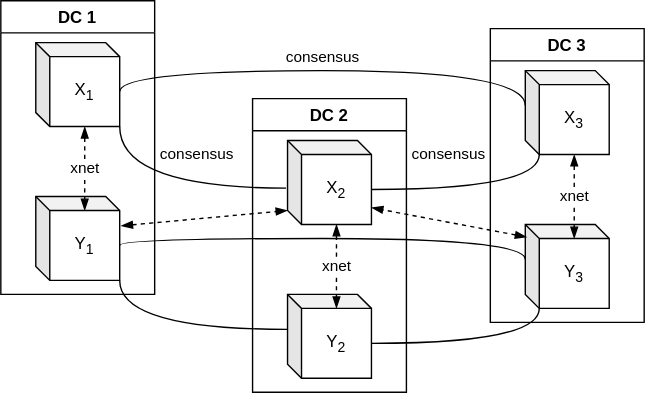
roman-kashitsyn/mmapped.blog keeps this draw.io diagram as images/08-subnets.svg. Above is the earlier version. Source tidied: cells renumbered, new cells last; positions are measured from the earlier drawing's top-left corner, leaving out a move shared by most shapes. Its diagram source:
```xml
<mxGraphModel>
  <root>
    <mxCell id="0" />
    <mxCell id="1" parent="0" />
    <mxCell id="2" value="DC 1" style="swimlane;fillColor=none;" parent="1" vertex="1">
      <mxGeometry width="110" height="210" as="geometry" />
    </mxCell>
    <mxCell id="3" value="xnet" style="edgeStyle=orthogonalEdgeStyle;rounded=0;jettySize=auto;html=1;exitX=0;exitY=0;exitDx=35;exitDy=60;exitPerimeter=0;entryX=0.583;entryY=0.167;entryDx=0;entryDy=0;entryPerimeter=0;startArrow=blockThin;startFill=1;endArrow=blockThin;endFill=1;dashed=1;" parent="2" edge="1" source="4" target="5">
      <mxGeometry relative="1" as="geometry" />
    </mxCell>
    <mxCell id="4" value="X&lt;sub&gt;1&lt;/sub&gt;" style="shape=cube;whiteSpace=wrap;html=1;boundedLbl=1;backgroundOutline=1;darkOpacity=0.05;darkOpacity2=0.1;fillColor=none;size=10;" parent="2" vertex="1">
      <mxGeometry x="25" y="30" width="60" height="60" as="geometry" />
    </mxCell>
    <mxCell id="5" value="Y&lt;sub&gt;1&lt;/sub&gt;" style="shape=cube;whiteSpace=wrap;html=1;boundedLbl=1;backgroundOutline=1;darkOpacity=0.05;darkOpacity2=0.1;fillColor=none;size=10;" parent="2" vertex="1">
      <mxGeometry x="25" y="140" width="60" height="60" as="geometry" />
    </mxCell>
    <mxCell id="6" value="DC 3" style="swimlane;fillColor=none;" parent="1" vertex="1">
      <mxGeometry x="350" y="20" width="110" height="210" as="geometry" />
    </mxCell>
    <mxCell id="7" value="xnet" style="edgeStyle=orthogonalEdgeStyle;rounded=0;jettySize=auto;html=1;exitX=0;exitY=0;exitDx=35;exitDy=60;exitPerimeter=0;entryX=0.583;entryY=0.167;entryDx=0;entryDy=0;entryPerimeter=0;startArrow=blockThin;startFill=1;endArrow=blockThin;endFill=1;dashed=1;" parent="6" edge="1" source="8" target="9">
      <mxGeometry relative="1" as="geometry" />
    </mxCell>
    <mxCell id="8" value="X&lt;sub&gt;3&lt;/sub&gt;" style="shape=cube;whiteSpace=wrap;html=1;boundedLbl=1;backgroundOutline=1;darkOpacity=0.05;darkOpacity2=0.1;fillColor=none;size=10;" parent="6" vertex="1">
      <mxGeometry x="25" y="30" width="60" height="60" as="geometry" />
    </mxCell>
    <mxCell id="9" value="Y&lt;sub&gt;3&lt;/sub&gt;" style="shape=cube;whiteSpace=wrap;html=1;boundedLbl=1;backgroundOutline=1;darkOpacity=0.05;darkOpacity2=0.1;fillColor=none;size=10;" parent="6" vertex="1">
      <mxGeometry x="25" y="140" width="60" height="60" as="geometry" />
    </mxCell>
    <mxCell id="10" value="DC 2" style="swimlane;fillColor=none;" parent="1" vertex="1">
      <mxGeometry x="180" y="70" width="110" height="210" as="geometry" />
    </mxCell>
    <mxCell id="11" value="xnet" style="edgeStyle=orthogonalEdgeStyle;rounded=0;jettySize=auto;html=1;exitX=0;exitY=0;exitDx=35;exitDy=60;exitPerimeter=0;entryX=0.583;entryY=0.167;entryDx=0;entryDy=0;entryPerimeter=0;startArrow=blockThin;startFill=1;endArrow=blockThin;endFill=1;dashed=1;" parent="10" edge="1" source="12" target="13">
      <mxGeometry relative="1" as="geometry" />
    </mxCell>
    <mxCell id="12" value="X&lt;sub&gt;2&lt;/sub&gt;" style="shape=cube;whiteSpace=wrap;html=1;boundedLbl=1;backgroundOutline=1;darkOpacity=0.05;darkOpacity2=0.1;fillColor=none;size=10;" parent="10" vertex="1">
      <mxGeometry x="25" y="30" width="60" height="60" as="geometry" />
    </mxCell>
    <mxCell id="13" value="Y&lt;sub&gt;2&lt;/sub&gt;" style="shape=cube;whiteSpace=wrap;html=1;boundedLbl=1;backgroundOutline=1;darkOpacity=0.05;darkOpacity2=0.1;fillColor=none;size=10;" parent="10" vertex="1">
      <mxGeometry x="25" y="140" width="60" height="60" as="geometry" />
    </mxCell>
    <mxCell id="14" value="consensus" style="edgeStyle=orthogonalEdgeStyle;curved=1;rounded=0;jettySize=auto;html=1;exitX=1;exitY=1;exitDx=0;exitDy=0;exitPerimeter=0;entryX=-0.017;entryY=0.567;entryDx=0;entryDy=0;entryPerimeter=0;startArrow=none;startFill=0;endArrow=none;endFill=0;" parent="1" edge="1" source="4" target="12">
      <mxGeometry x="0.21" y="24" relative="1" as="geometry" />
    </mxCell>
    <mxCell id="15" value="consensus" style="edgeStyle=orthogonalEdgeStyle;curved=1;rounded=0;jettySize=auto;html=1;exitX=0;exitY=0;exitDx=60;exitDy=35;exitPerimeter=0;entryX=0;entryY=0;entryDx=10;entryDy=60;entryPerimeter=0;startArrow=none;startFill=0;endArrow=none;endFill=0;" parent="1" edge="1" source="12" target="8">
      <mxGeometry x="-0.24" y="25" relative="1" as="geometry" />
    </mxCell>
    <mxCell id="16" value="consensus" style="edgeStyle=orthogonalEdgeStyle;curved=1;rounded=0;jettySize=auto;html=1;exitX=0;exitY=0;exitDx=60;exitDy=35;exitPerimeter=0;entryX=0;entryY=0;entryDx=0;entryDy=25;entryPerimeter=0;startArrow=none;startFill=0;endArrow=none;endFill=0;" parent="1" edge="1" source="4" target="8">
      <mxGeometry x="-0.03" y="10" relative="1" as="geometry">
        <Array as="points">
          <mxPoint x="85" y="50" />
          <mxPoint x="375" y="50" />
        </Array>
      </mxGeometry>
    </mxCell>
    <mxCell id="17" style="edgeStyle=orthogonalEdgeStyle;curved=1;rounded=0;jettySize=auto;html=1;exitX=1;exitY=1;exitDx=0;exitDy=0;exitPerimeter=0;entryX=0;entryY=0;entryDx=0;entryDy=25;entryPerimeter=0;startArrow=none;startFill=0;endArrow=none;endFill=0;" parent="1" edge="1" source="5" target="13">
      <mxGeometry relative="1" as="geometry" />
    </mxCell>
    <mxCell id="18" style="edgeStyle=orthogonalEdgeStyle;curved=1;rounded=0;jettySize=auto;html=1;exitX=0;exitY=0;exitDx=60;exitDy=35;exitPerimeter=0;entryX=0;entryY=0;entryDx=10;entryDy=60;entryPerimeter=0;startArrow=none;startFill=0;endArrow=none;endFill=0;" parent="1" edge="1" source="13" target="9">
      <mxGeometry relative="1" as="geometry" />
    </mxCell>
    <mxCell id="19" style="edgeStyle=orthogonalEdgeStyle;curved=1;rounded=0;jettySize=auto;html=1;exitX=0;exitY=0;exitDx=0;exitDy=25;exitPerimeter=0;entryX=0;entryY=0;entryDx=60;entryDy=35;entryPerimeter=0;startArrow=none;startFill=0;endArrow=none;endFill=0;" parent="1" edge="1" source="9" target="5">
      <mxGeometry relative="1" as="geometry">
        <Array as="points">
          <mxPoint x="375" y="170" />
          <mxPoint x="85" y="170" />
        </Array>
      </mxGeometry>
    </mxCell>
    <mxCell id="20" style="edgeStyle=none;rounded=0;jettySize=auto;html=1;exitX=1.017;exitY=0.35;exitDx=0;exitDy=0;exitPerimeter=0;entryX=0;entryY=0;entryDx=0;entryDy=50;entryPerimeter=0;startArrow=blockThin;startFill=1;endArrow=blockThin;endFill=1;dashed=1;" parent="1" edge="1" source="5" target="12">
      <mxGeometry relative="1" as="geometry" />
    </mxCell>
    <mxCell id="21" style="edgeStyle=none;rounded=0;jettySize=auto;html=1;exitX=0.017;exitY=0.15;exitDx=0;exitDy=0;exitPerimeter=0;dashed=1;startArrow=blockThin;startFill=1;endArrow=blockThin;endFill=1;entryX=1;entryY=0.8;entryDx=0;entryDy=0;entryPerimeter=0;" parent="1" edge="1" source="9" target="12">
      <mxGeometry relative="1" as="geometry" />
    </mxCell>
  </root>
</mxGraphModel>
```
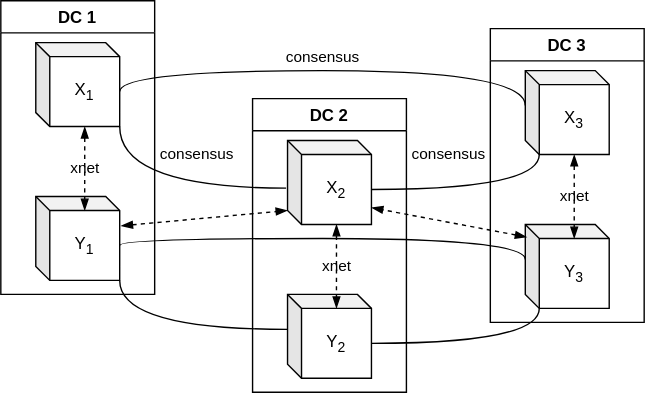
The same diagram one commit later.

Change to the diagram source:
```diff
@@ -5,7 +5,7 @@
     <mxCell id="2" value="DC 1" style="swimlane;fillColor=none;" parent="1" vertex="1">
       <mxGeometry width="110" height="210" as="geometry" />
     </mxCell>
-    <mxCell id="3" value="xnet" style="edgeStyle=orthogonalEdgeStyle;rounded=0;jettySize=auto;html=1;exitX=0;exitY=0;exitDx=35;exitDy=60;exitPerimeter=0;entryX=0.583;entryY=0.167;entryDx=0;entryDy=0;entryPerimeter=0;startArrow=blockThin;startFill=1;endArrow=blockThin;endFill=1;dashed=1;" parent="2" edge="1" source="4" target="5">
+    <mxCell id="3" value="xnet" style="edgeStyle=orthogonalEdgeStyle;rounded=0;jettySize=auto;html=1;exitX=0;exitY=0;exitDx=35;exitDy=60;exitPerimeter=0;entryX=0.583;entryY=0.167;entryDx=0;entryDy=0;entryPerimeter=0;startArrow=blockThin;startFill=1;endArrow=blockThin;endFill=1;dashed=1;labelBackgroundColor=none;" parent="2" edge="1" source="4" target="5">
       <mxGeometry relative="1" as="geometry" />
     </mxCell>
     <mxCell id="4" value="X&lt;sub&gt;1&lt;/sub&gt;" style="shape=cube;whiteSpace=wrap;html=1;boundedLbl=1;backgroundOutline=1;darkOpacity=0.05;darkOpacity2=0.1;fillColor=none;size=10;" parent="2" vertex="1">
@@ -17,7 +17,7 @@
     <mxCell id="6" value="DC 3" style="swimlane;fillColor=none;" parent="1" vertex="1">
       <mxGeometry x="350" y="20" width="110" height="210" as="geometry" />
     </mxCell>
-    <mxCell id="7" value="xnet" style="edgeStyle=orthogonalEdgeStyle;rounded=0;jettySize=auto;html=1;exitX=0;exitY=0;exitDx=35;exitDy=60;exitPerimeter=0;entryX=0.583;entryY=0.167;entryDx=0;entryDy=0;entryPerimeter=0;startArrow=blockThin;startFill=1;endArrow=blockThin;endFill=1;dashed=1;" parent="6" edge="1" source="8" target="9">
+    <mxCell id="7" value="xnet" style="edgeStyle=orthogonalEdgeStyle;rounded=0;jettySize=auto;html=1;exitX=0;exitY=0;exitDx=35;exitDy=60;exitPerimeter=0;entryX=0.583;entryY=0.167;entryDx=0;entryDy=0;entryPerimeter=0;startArrow=blockThin;startFill=1;endArrow=blockThin;endFill=1;dashed=1;labelBackgroundColor=none;" parent="6" edge="1" source="8" target="9">
       <mxGeometry relative="1" as="geometry" />
     </mxCell>
     <mxCell id="8" value="X&lt;sub&gt;3&lt;/sub&gt;" style="shape=cube;whiteSpace=wrap;html=1;boundedLbl=1;backgroundOutline=1;darkOpacity=0.05;darkOpacity2=0.1;fillColor=none;size=10;" parent="6" vertex="1">
@@ -29,7 +29,7 @@
     <mxCell id="10" value="DC 2" style="swimlane;fillColor=none;" parent="1" vertex="1">
       <mxGeometry x="180" y="70" width="110" height="210" as="geometry" />
     </mxCell>
-    <mxCell id="11" value="xnet" style="edgeStyle=orthogonalEdgeStyle;rounded=0;jettySize=auto;html=1;exitX=0;exitY=0;exitDx=35;exitDy=60;exitPerimeter=0;entryX=0.583;entryY=0.167;entryDx=0;entryDy=0;entryPerimeter=0;startArrow=blockThin;startFill=1;endArrow=blockThin;endFill=1;dashed=1;" parent="10" edge="1" source="12" target="13">
+    <mxCell id="11" value="xnet" style="edgeStyle=orthogonalEdgeStyle;rounded=0;jettySize=auto;html=1;exitX=0;exitY=0;exitDx=35;exitDy=60;exitPerimeter=0;entryX=0.583;entryY=0.167;entryDx=0;entryDy=0;entryPerimeter=0;startArrow=blockThin;startFill=1;endArrow=blockThin;endFill=1;dashed=1;labelBackgroundColor=none;" parent="10" edge="1" source="12" target="13">
       <mxGeometry relative="1" as="geometry" />
     </mxCell>
     <mxCell id="12" value="X&lt;sub&gt;2&lt;/sub&gt;" style="shape=cube;whiteSpace=wrap;html=1;boundedLbl=1;backgroundOutline=1;darkOpacity=0.05;darkOpacity2=0.1;fillColor=none;size=10;" parent="10" vertex="1">
@@ -38,13 +38,13 @@
     <mxCell id="13" value="Y&lt;sub&gt;2&lt;/sub&gt;" style="shape=cube;whiteSpace=wrap;html=1;boundedLbl=1;backgroundOutline=1;darkOpacity=0.05;darkOpacity2=0.1;fillColor=none;size=10;" parent="10" vertex="1">
       <mxGeometry x="25" y="140" width="60" height="60" as="geometry" />
     </mxCell>
-    <mxCell id="14" value="consensus" style="edgeStyle=orthogonalEdgeStyle;curved=1;rounded=0;jettySize=auto;html=1;exitX=1;exitY=1;exitDx=0;exitDy=0;exitPerimeter=0;entryX=-0.017;entryY=0.567;entryDx=0;entryDy=0;entryPerimeter=0;startArrow=none;startFill=0;endArrow=none;endFill=0;" parent="1" edge="1" source="4" target="12">
+    <mxCell id="14" value="consensus" style="edgeStyle=orthogonalEdgeStyle;curved=1;rounded=0;jettySize=auto;html=1;exitX=1;exitY=1;exitDx=0;exitDy=0;exitPerimeter=0;entryX=-0.017;entryY=0.567;entryDx=0;entryDy=0;entryPerimeter=0;startArrow=none;startFill=0;endArrow=none;endFill=0;labelBackgroundColor=none;" parent="1" edge="1" source="4" target="12">
       <mxGeometry x="0.21" y="24" relative="1" as="geometry" />
     </mxCell>
-    <mxCell id="15" value="consensus" style="edgeStyle=orthogonalEdgeStyle;curved=1;rounded=0;jettySize=auto;html=1;exitX=0;exitY=0;exitDx=60;exitDy=35;exitPerimeter=0;entryX=0;entryY=0;entryDx=10;entryDy=60;entryPerimeter=0;startArrow=none;startFill=0;endArrow=none;endFill=0;" parent="1" edge="1" source="12" target="8">
+    <mxCell id="15" value="consensus" style="edgeStyle=orthogonalEdgeStyle;curved=1;rounded=0;jettySize=auto;html=1;exitX=0;exitY=0;exitDx=60;exitDy=35;exitPerimeter=0;entryX=0;entryY=0;entryDx=10;entryDy=60;entryPerimeter=0;startArrow=none;startFill=0;endArrow=none;endFill=0;labelBackgroundColor=none;" parent="1" edge="1" source="12" target="8">
       <mxGeometry x="-0.24" y="25" relative="1" as="geometry" />
     </mxCell>
-    <mxCell id="16" value="consensus" style="edgeStyle=orthogonalEdgeStyle;curved=1;rounded=0;jettySize=auto;html=1;exitX=0;exitY=0;exitDx=60;exitDy=35;exitPerimeter=0;entryX=0;entryY=0;entryDx=0;entryDy=25;entryPerimeter=0;startArrow=none;startFill=0;endArrow=none;endFill=0;" parent="1" edge="1" source="4" target="8">
+    <mxCell id="16" value="consensus" style="edgeStyle=orthogonalEdgeStyle;curved=1;rounded=0;jettySize=auto;html=1;exitX=0;exitY=0;exitDx=60;exitDy=35;exitPerimeter=0;entryX=0;entryY=0;entryDx=0;entryDy=25;entryPerimeter=0;startArrow=none;startFill=0;endArrow=none;endFill=0;labelBackgroundColor=none;" parent="1" edge="1" source="4" target="8">
       <mxGeometry x="-0.03" y="10" relative="1" as="geometry">
         <Array as="points">
           <mxPoint x="85" y="50" />
```
